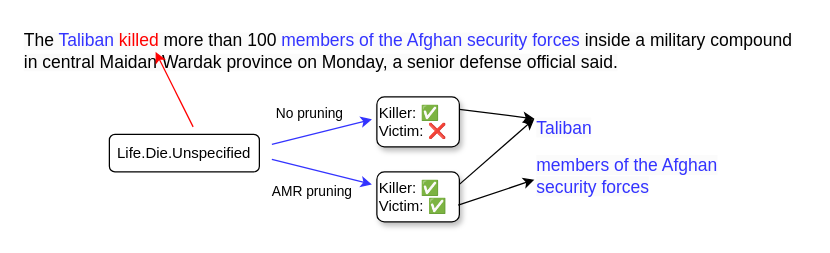
Before: case_study.drawio in crawlerWPS/drawing, a draw.io diagram. Source tidied: cells renumbered, new cells numbered last; positions are measured from the earlier drawing's top-left corner, leaving out a move shared by most shapes. Both pictures are drawn from the tidied source at 125%, with x=0, y=0 at pixel (21, 21).
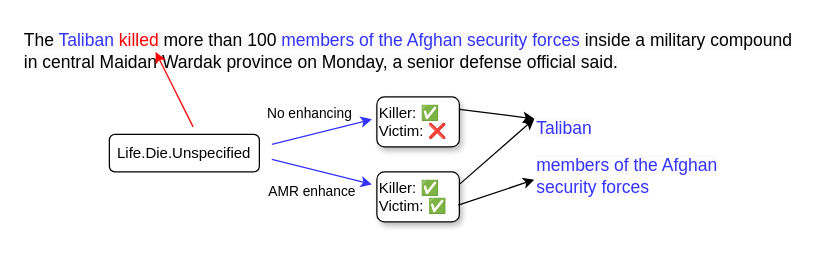
Above is the later version.

Unchanged cells that the change refers to:
```xml
<mxCell id="5" style="endArrow=classic;html=1;rounded=0;strokeColor=#3333FF;" parent="1" edge="1">
  <mxGeometry relative="1" as="geometry">
    <mxPoint x="200" y="98" as="sourcePoint" />
    <mxPoint x="280" y="78" as="targetPoint" />
  </mxGeometry>
</mxCell>
<mxCell id="7" style="endArrow=classic;html=1;rounded=0;strokeColor=#3333FF;" parent="1" edge="1">
  <mxGeometry relative="1" as="geometry">
    <mxPoint x="200" y="110" as="sourcePoint" />
    <mxPoint x="280" y="130" as="targetPoint" />
  </mxGeometry>
</mxCell>
```

Change to the diagram source:
```diff
@@
-    <mxCell id="6" value="No pruning" style="edgeLabel;html=1;align=center;verticalAlign=middle;" parent="5" vertex="1">
+    <mxCell id="6" value="No enhancing" style="edgeLabel;html=1;align=center;verticalAlign=middle;" parent="5" vertex="1">
       <mxGeometry x="-0.19" relative="1" as="geometry">
         <mxPoint x="-3" y="-17" as="offset" />
       </mxGeometry>
     </mxCell>
@@
-    <mxCell id="8" value="AMR pruning" style="edgeLabel;html=1;align=center;verticalAlign=middle;" parent="7" vertex="1">
+    <mxCell id="8" value="AMR enhance" style="edgeLabel;html=1;align=center;verticalAlign=middle;" parent="7" vertex="1">
       <mxGeometry x="-0.58" relative="1" as="geometry">
         <mxPoint x="15" y="21" as="offset" />
       </mxGeometry>
     </mxCell>
```
